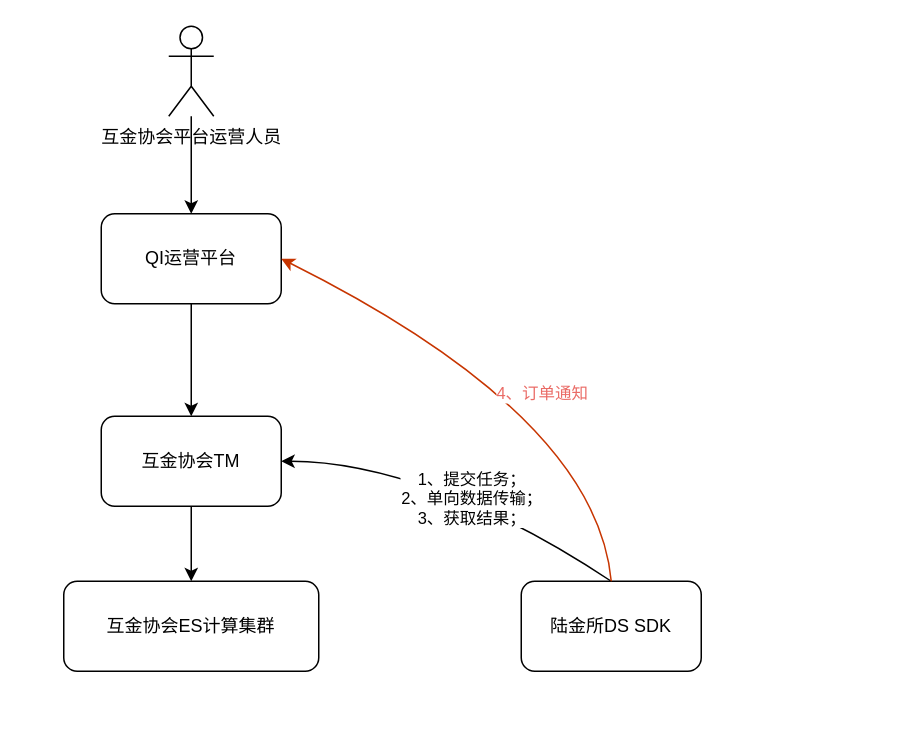
This is qi.drawio from yankaili2006/drawing_io, a draw.io file, before an edit. Source tidied: cells renumbered, new cells numbered last; positions are measured from the earlier drawing's top-left corner, leaving out a move shared by most shapes. Both pictures are drawn from the tidied source at 150%, with x=0, y=0 at pixel (63, 26).
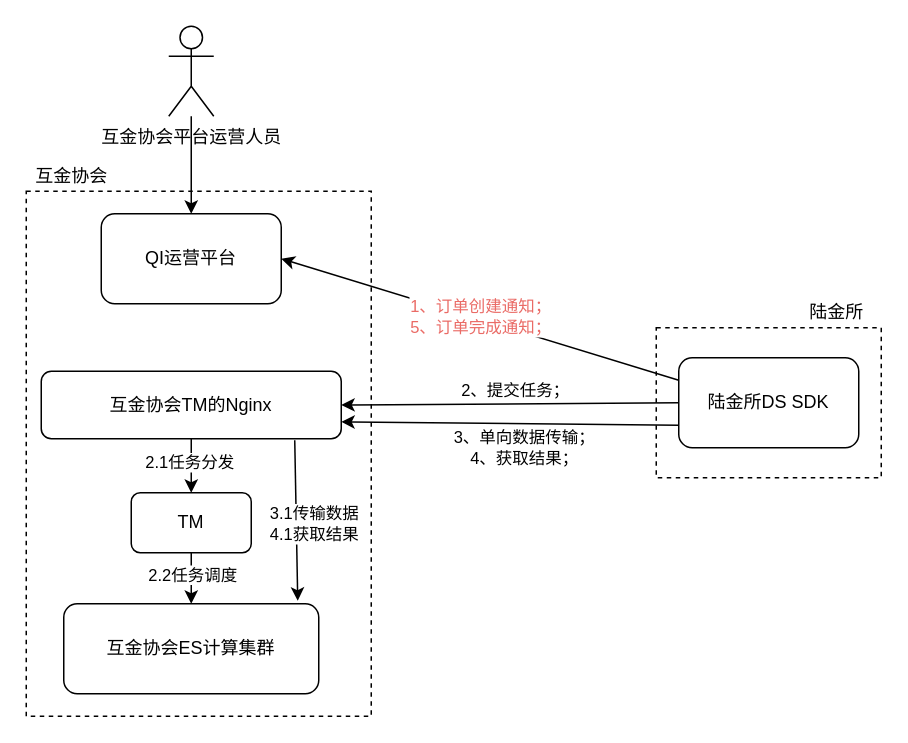
The same diagram, later.

Unchanged cells that the change refers to:
```xml
<mxCell id="3" value="QI运营平台" style="rounded=1;whiteSpace=wrap;html=1;" parent="1" vertex="1">
  <mxGeometry x="25" y="125" width="120" height="60" as="geometry" />
</mxCell>
<mxCell id="7" style="edgeStyle=orthogonalEdgeStyle;rounded=0;jettySize=auto;html=1;" parent="1" edge="1" source="8" target="6">
  <mxGeometry relative="1" as="geometry" />
</mxCell>
```

Change to the diagram source:
```diff
@@
-    <mxCell id="2" style="edgeStyle=orthogonalEdgeStyle;rounded=0;jettySize=auto;html=1;" parent="1" edge="1" source="3" target="8">
-      <mxGeometry relative="1" as="geometry" />
-    </mxCell>
+    <mxCell id="14" style="rounded=0;whiteSpace=wrap;html=1;dashed=1;strokeWidth=1;shadow=0;glass=0;sketch=0;labelBorderColor=none;" parent="1" vertex="1">
+      <mxGeometry x="395" y="201" width="150" height="100" as="geometry" />
+    </mxCell>
+    <mxCell id="15" style="rounded=0;whiteSpace=wrap;html=1;dashed=1;strokeWidth=1;shadow=0;glass=0;sketch=0;labelBorderColor=none;" parent="1" vertex="1">
+      <mxGeometry x="-25" y="110" width="230" height="350" as="geometry" />
+    </mxCell>
@@
     <mxCell id="6" value="互金协会ES计算集群" style="rounded=1;whiteSpace=wrap;html=1;" parent="1" vertex="1">
-      <mxGeometry y="370" width="170" height="60" as="geometry" />
+      <mxGeometry y="385" width="170" height="60" as="geometry" />
     </mxCell>
@@
+    <mxCell id="16" value="2.2任务调度" style="edgeLabel;html=1;align=center;verticalAlign=middle;" parent="7" vertex="1">
+      <mxGeometry x="0.57" y="1" relative="1" as="geometry">
+        <mxPoint x="-1" y="-10" as="offset" />
+      </mxGeometry>
+    </mxCell>
-    <mxCell id="8" value="互金协会TM" style="rounded=1;whiteSpace=wrap;html=1;" parent="1" vertex="1">
-      <mxGeometry x="25" y="260" width="120" height="60" as="geometry" />
+    <mxCell id="8" value="TM" style="rounded=1;whiteSpace=wrap;html=1;" parent="1" vertex="1">
+      <mxGeometry x="45" y="311" width="80" height="40" as="geometry" />
     </mxCell>
     <mxCell id="9" value="陆金所DS SDK" style="rounded=1;whiteSpace=wrap;html=1;" parent="1" vertex="1">
-      <mxGeometry x="305" y="370" width="120" height="60" as="geometry" />
+      <mxGeometry x="410" y="221" width="120" height="60" as="geometry" />
     </mxCell>
-    <mxCell id="10" style="curved=1;endArrow=classic;html=1;exitX=0.5;exitY=0;exitDx=0;exitDy=0;entryX=1;entryY=0.5;entryDx=0;entryDy=0;" parent="1" edge="1" source="9" target="8">
-      <mxGeometry relative="1" as="geometry">
-        <Array as="points">
-          <mxPoint x="305" y="330" />
-          <mxPoint x="195" y="290" />
-        </Array>
-      </mxGeometry>
-    </mxCell>
-    <mxCell id="11" value="1、提交任务；&lt;br&gt;2、单向数据传输；&lt;br&gt;3、获取结果；" style="edgeLabel;html=1;align=center;verticalAlign=middle;" parent="10" vertex="1">
-      <mxGeometry x="-0.09" y="-3" relative="1" as="geometry" />
-    </mxCell>
-    <mxCell id="12" style="curved=1;endArrow=classic;html=1;entryX=1;entryY=0.5;entryDx=0;entryDy=0;fillColor=#fa6800;strokeColor=#C73500;" parent="1" edge="1" target="3">
-      <mxGeometry relative="1" as="geometry">
-        <mxPoint x="365" y="370" as="sourcePoint" />
-        <Array as="points">
-          <mxPoint x="355" y="260" />
-        </Array>
-      </mxGeometry>
-    </mxCell>
-    <mxCell id="13" value="4、订单通知" style="edgeLabel;html=1;align=center;verticalAlign=middle;fontColor=#EA6B66;" parent="12" vertex="1">
-      <mxGeometry x="-0.13" y="2" relative="1" as="geometry" />
-    </mxCell>
+    <mxCell id="17" value="&lt;font color=&quot;#000000&quot;&gt;陆金所&lt;/font&gt;" style="text;html=1;align=center;verticalAlign=middle;fontColor=#EA6B66;" parent="1" vertex="1">
+      <mxGeometry x="490" y="181" width="50" height="20" as="geometry" />
+    </mxCell>
+    <mxCell id="18" value="&lt;font color=&quot;#000000&quot;&gt;互金协会&lt;/font&gt;" style="text;html=1;align=center;verticalAlign=middle;fontColor=#EA6B66;" parent="1" vertex="1">
+      <mxGeometry x="-25" y="90" width="60" height="20" as="geometry" />
+    </mxCell>
+    <mxCell id="19" style="edgeStyle=orthogonalEdgeStyle;rounded=0;jettySize=auto;html=1;" parent="1" edge="1" source="21" target="8">
+      <mxGeometry relative="1" as="geometry" />
+    </mxCell>
+    <mxCell id="20" value="2.1任务分发" style="edgeLabel;html=1;align=center;verticalAlign=middle;" parent="19" vertex="1">
+      <mxGeometry x="0.41" y="-2" relative="1" as="geometry">
+        <mxPoint y="-8" as="offset" />
+      </mxGeometry>
+    </mxCell>
+    <mxCell id="21" value="互金协会TM的Nginx" style="rounded=1;whiteSpace=wrap;html=1;" parent="1" vertex="1">
+      <mxGeometry x="-15" y="230" width="200" height="45" as="geometry" />
+    </mxCell>
+    <mxCell id="22" style="endArrow=classic;html=1;entryX=1;entryY=0.5;entryDx=0;entryDy=0;exitX=0;exitY=0.25;exitDx=0;exitDy=0;" parent="1" edge="1" source="9" target="3">
+      <mxGeometry relative="1" as="geometry" />
+    </mxCell>
+    <mxCell id="23" value="&lt;span style=&quot;color: rgb(234 , 107 , 102)&quot;&gt;1、订单创建通知；&lt;/span&gt;&lt;br style=&quot;color: rgb(234 , 107 , 102)&quot;&gt;&lt;span style=&quot;color: rgb(234 , 107 , 102)&quot;&gt;5、订单完成通知；&lt;/span&gt;" style="edgeLabel;html=1;align=center;verticalAlign=middle;" parent="22" vertex="1">
+      <mxGeometry y="-2" relative="1" as="geometry" />
+    </mxCell>
+    <mxCell id="24" style="endArrow=classic;html=1;exitX=0;exitY=0.5;exitDx=0;exitDy=0;entryX=1;entryY=0.5;entryDx=0;entryDy=0;" parent="1" edge="1" source="9" target="21">
+      <mxGeometry relative="1" as="geometry" />
+    </mxCell>
+    <mxCell id="25" value="2、提交任务；" style="edgeLabel;html=1;align=center;verticalAlign=middle;" parent="24" vertex="1">
+      <mxGeometry x="-0.03" y="-3" relative="1" as="geometry">
+        <mxPoint y="-6" as="offset" />
+      </mxGeometry>
+    </mxCell>
+    <mxCell id="26" style="endArrow=classic;html=1;exitX=0.845;exitY=1.022;exitDx=0;exitDy=0;exitPerimeter=0;" parent="1" edge="1" source="21">
+      <mxGeometry relative="1" as="geometry">
+        <mxPoint x="156" y="383" as="targetPoint" />
+      </mxGeometry>
+    </mxCell>
+    <mxCell id="27" value="3.1传输数据&lt;br&gt;4.1获取结果" style="edgeLabel;html=1;align=center;verticalAlign=middle;" parent="26" vertex="1">
+      <mxGeometry x="0.04" relative="1" as="geometry">
+        <mxPoint x="11" as="offset" />
+      </mxGeometry>
+    </mxCell>
+    <mxCell id="28" style="endArrow=classic;html=1;entryX=1;entryY=0.75;entryDx=0;entryDy=0;exitX=0;exitY=0.75;exitDx=0;exitDy=0;" parent="1" edge="1" source="9" target="21">
+      <mxGeometry relative="1" as="geometry" />
+    </mxCell>
+    <mxCell id="29" value="&lt;div&gt;&lt;span style=&quot;font-size: 11px&quot;&gt;3、单向数据传输；&lt;/span&gt;&lt;/div&gt;&lt;div&gt;&lt;span style=&quot;font-size: 11px&quot;&gt;4、获取结果；&lt;/span&gt;&lt;/div&gt;" style="edgeLabel;html=1;align=center;verticalAlign=middle;" parent="28" vertex="1">
+      <mxGeometry x="-0.08" relative="1" as="geometry">
+        <mxPoint y="16" as="offset" />
+      </mxGeometry>
+    </mxCell>
```
